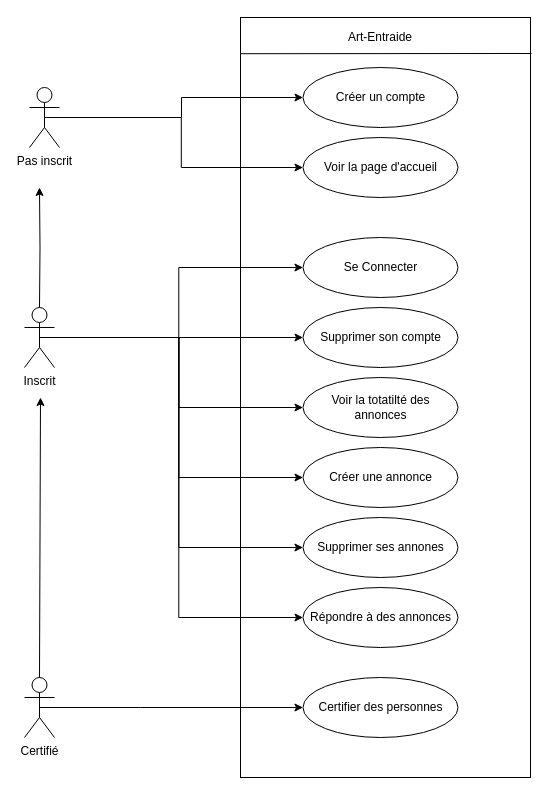
Earlier version of the draw.io diagram Conception/DCU.drawio (SkavenWannabe/ArtEntraide). Source tidied: cells renumbered, new cells numbered last; positions are measured from the earlier drawing's top-left corner, leaving out a move shared by most shapes. Both pictures are drawn from the tidied source at 100%, with x=0, y=0 at pixel (24, 17).
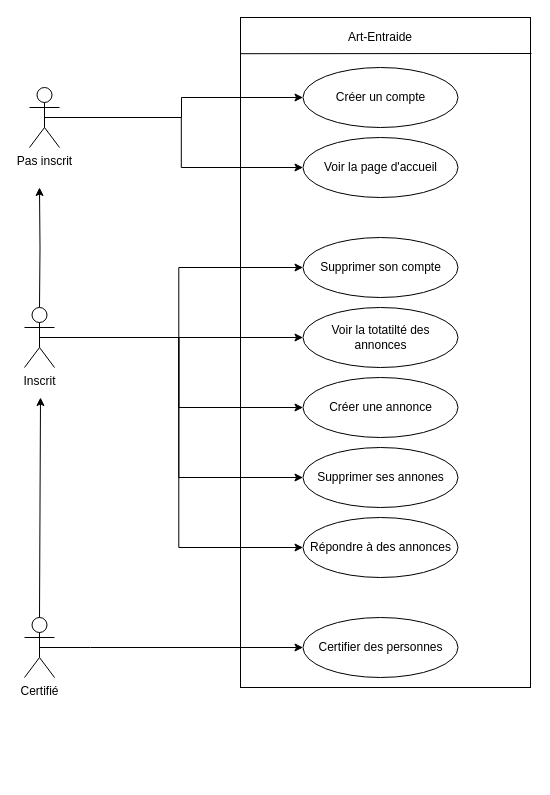
Above is the later version.

The change refers to these unchanged cells:
```xml
<mxCell id="19" value="&lt;div&gt;Inscrit&lt;/div&gt;&lt;div&gt;&lt;br&gt;&lt;/div&gt;" style="shape=umlActor;verticalLabelPosition=bottom;verticalAlign=top;html=1;outlineConnect=0;" parent="1" vertex="1">
  <mxGeometry y="290" width="30" height="60" as="geometry" />
</mxCell>
```

Change to the diagram source:
```diff
@@
     <mxCell id="2" style="rounded=0;whiteSpace=wrap;html=1;" parent="1" vertex="1">
-      <mxGeometry x="216" width="290" height="760" as="geometry" />
+      <mxGeometry x="216" width="290" height="670" as="geometry" />
     </mxCell>
@@
-    <mxCell id="7" value="Se Connecter" style="ellipse;whiteSpace=wrap;html=1;" parent="1" vertex="1">
-      <mxGeometry x="278.5" y="220" width="155" height="60" as="geometry" />
-    </mxCell>
@@
     <mxCell id="9" value="Créer une annonce " style="ellipse;whiteSpace=wrap;html=1;" parent="1" vertex="1">
-      <mxGeometry x="278.5" y="430" width="155" height="60" as="geometry" />
+      <mxGeometry x="278.5" y="360" width="155" height="60" as="geometry" />
     </mxCell>
     <mxCell id="10" value="Répondre à des annonces " style="ellipse;whiteSpace=wrap;html=1;" parent="1" vertex="1">
-      <mxGeometry x="278.5" y="570" width="155" height="60" as="geometry" />
+      <mxGeometry x="278.5" y="500" width="155" height="60" as="geometry" />
     </mxCell>
     <mxCell id="11" value="Voir la totatilté des annonces" style="ellipse;whiteSpace=wrap;html=1;" parent="1" vertex="1">
-      <mxGeometry x="278.5" y="360" width="155" height="60" as="geometry" />
+      <mxGeometry x="278.5" y="290" width="155" height="60" as="geometry" />
     </mxCell>
@@
-    <mxCell id="13" style="edgeStyle=orthogonalEdgeStyle;rounded=0;sketch=0;jettySize=auto;html=1;exitX=0.5;exitY=0.5;exitDx=0;exitDy=0;exitPerimeter=0;entryX=0;entryY=0.5;entryDx=0;entryDy=0;shadow=0;" parent="1" edge="1" source="19" target="7">
-      <mxGeometry relative="1" as="geometry" />
-    </mxCell>
-    <mxCell id="14" style="edgeStyle=orthogonalEdgeStyle;rounded=0;sketch=0;jettySize=auto;html=1;exitX=0.5;exitY=0.5;exitDx=0;exitDy=0;exitPerimeter=0;shadow=0;" parent="1" edge="1" source="19" target="20">
-      <mxGeometry relative="1" as="geometry" />
-    </mxCell>
@@
+    <mxCell id="14" style="edgeStyle=orthogonalEdgeStyle;rounded=0;jettySize=auto;html=1;exitX=0.5;exitY=0.5;exitDx=0;exitDy=0;exitPerimeter=0;entryX=0;entryY=0.5;entryDx=0;entryDy=0;" parent="1" edge="1" source="19" target="20">
+      <mxGeometry relative="1" as="geometry" />
+    </mxCell>
@@
     <mxCell id="20" value="Supprimer son compte " style="ellipse;whiteSpace=wrap;html=1;" parent="1" vertex="1">
-      <mxGeometry x="278.5" y="290" width="155" height="60" as="geometry" />
+      <mxGeometry x="278.5" y="220" width="155" height="60" as="geometry" />
     </mxCell>
     <mxCell id="21" value="Supprimer ses annones " style="ellipse;whiteSpace=wrap;html=1;" parent="1" vertex="1">
-      <mxGeometry x="278.5" y="500" width="155" height="60" as="geometry" />
+      <mxGeometry x="278.5" y="430" width="155" height="60" as="geometry" />
     </mxCell>
     <mxCell id="22" style="edgeStyle=orthogonalEdgeStyle;rounded=0;sketch=0;jettySize=auto;html=1;exitX=0.5;exitY=0.5;exitDx=0;exitDy=0;exitPerimeter=0;shadow=0;startArrow=none;startFill=0;endArrow=classic;endFill=1;" parent="1" edge="1" source="23" target="24">
       <mxGeometry relative="1" as="geometry">
         <Array as="points">
-          <mxPoint x="116" y="690" />
-          <mxPoint x="116" y="690" />
+          <mxPoint x="66" y="630" />
+          <mxPoint x="66" y="630" />
         </Array>
       </mxGeometry>
     </mxCell>
     <mxCell id="23" value="&lt;div&gt;Certifié&lt;/div&gt;&lt;div&gt;&lt;br&gt;&lt;/div&gt;" style="shape=umlActor;verticalLabelPosition=bottom;verticalAlign=top;html=1;outlineConnect=0;" parent="1" vertex="1">
-      <mxGeometry y="660" width="30" height="60" as="geometry" />
+      <mxGeometry y="600" width="30" height="60" as="geometry" />
     </mxCell>
     <mxCell id="24" value="Certifier des personnes" style="ellipse;whiteSpace=wrap;html=1;" parent="1" vertex="1">
-      <mxGeometry x="278.5" y="660" width="155" height="60" as="geometry" />
+      <mxGeometry x="278.5" y="600" width="155" height="60" as="geometry" />
     </mxCell>
```
